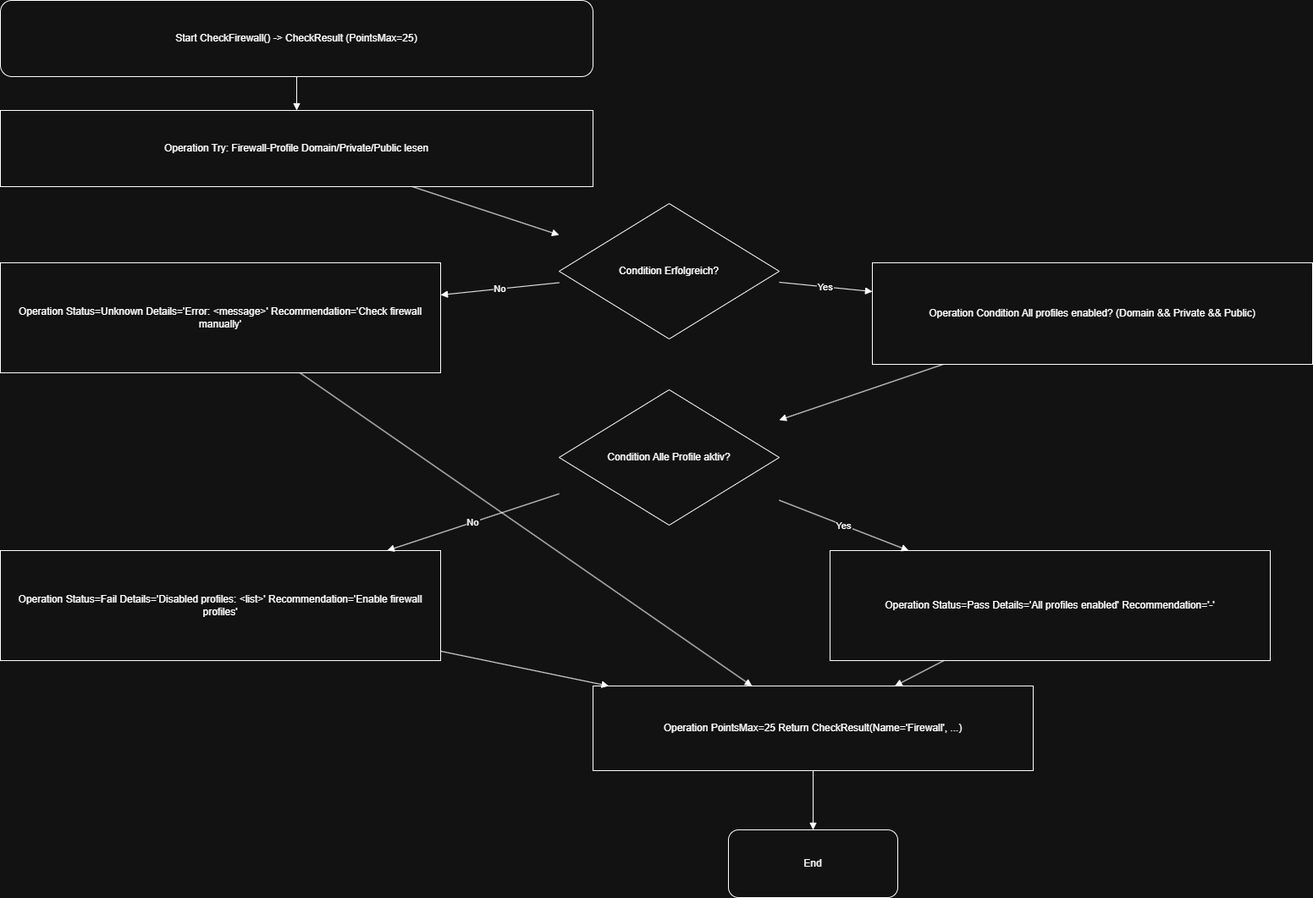
The draw.io diagram docs/flowchart/WinSecureCheck_FUNCTIONS-CheckFirewall().drawio.png in ZensykU2/ProjektM431_M122, before a commit. Source tidied: cells renumbered, new cells last; positions are measured from the earlier drawing's top-left corner, leaving out a move shared by most shapes.
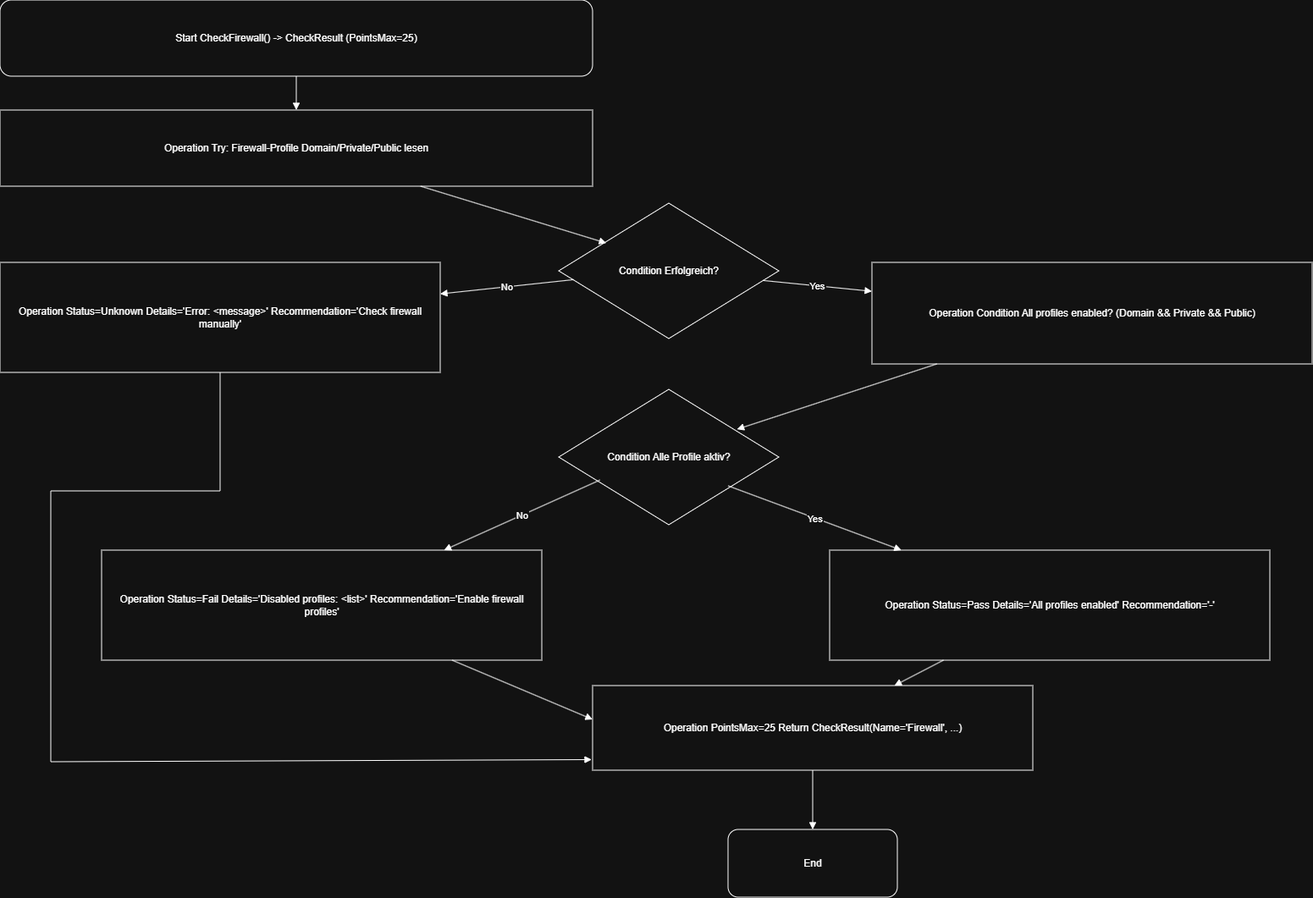
After the commit.

Change to the diagram source:
```diff
@@ -24,7 +24,7 @@
       <mxGeometry x="980" y="650" width="520" height="130" as="geometry" />
     </mxCell>
     <mxCell id="9" value="Operation Status=Fail Details='Disabled profiles: &lt;list&gt;' Recommendation='Enable firewall profiles'" style="shape=rectangle;whiteSpace=wrap;html=0;align=center;verticalAlign=middle;" parent="1" vertex="1">
-      <mxGeometry y="650" width="520" height="130" as="geometry" />
+      <mxGeometry x="120" y="650" width="520" height="130" as="geometry" />
     </mxCell>
     <mxCell id="10" value="Operation PointsMax=25 Return CheckResult(Name='Firewall', ...)" style="shape=rectangle;whiteSpace=wrap;html=0;align=center;verticalAlign=middle;" parent="1" vertex="1">
       <mxGeometry x="700" y="810" width="520" height="100" as="geometry" />
@@ -35,31 +35,37 @@
     <mxCell id="12" style="endArrow=block;html=0;rounded=0;" parent="1" edge="1" source="2" target="3">
       <mxGeometry relative="1" as="geometry" />
     </mxCell>
-    <mxCell id="13" style="endArrow=block;html=0;rounded=0;" parent="1" edge="1" source="3" target="4">
+    <mxCell id="13" style="endArrow=block;html=0;rounded=0;entryX=0.216;entryY=0.295;entryDx=0;entryDy=0;entryPerimeter=0;" parent="1" edge="1" source="3" target="4">
       <mxGeometry relative="1" as="geometry" />
     </mxCell>
-    <mxCell id="14" value="No" style="endArrow=block;html=0;rounded=0;" parent="1" edge="1" source="4" target="5">
+    <mxCell id="14" value="No" style="endArrow=block;html=0;rounded=0;exitX=0.068;exitY=0.565;exitDx=0;exitDy=0;exitPerimeter=0;" parent="1" edge="1" source="4" target="5">
       <mxGeometry relative="1" as="geometry" />
     </mxCell>
-    <mxCell id="15" value="Yes" style="endArrow=block;html=0;rounded=0;" parent="1" edge="1" source="4" target="6">
+    <mxCell id="15" value="Yes" style="endArrow=block;html=0;rounded=0;exitX=0.927;exitY=0.571;exitDx=0;exitDy=0;exitPerimeter=0;" parent="1" edge="1" source="4" target="6">
       <mxGeometry relative="1" as="geometry" />
     </mxCell>
-    <mxCell id="16" style="endArrow=block;html=0;rounded=0;" parent="1" edge="1" source="6" target="7">
+    <mxCell id="16" style="endArrow=block;html=0;rounded=0;entryX=0.81;entryY=0.295;entryDx=0;entryDy=0;entryPerimeter=0;" parent="1" edge="1" source="6" target="7">
       <mxGeometry relative="1" as="geometry" />
     </mxCell>
-    <mxCell id="17" value="Yes" style="endArrow=block;html=0;rounded=0;" parent="1" edge="1" source="7" target="8">
+    <mxCell id="17" value="Yes" style="endArrow=block;html=0;rounded=0;exitX=0.77;exitY=0.713;exitDx=0;exitDy=0;exitPerimeter=0;" parent="1" edge="1" source="7" target="8">
       <mxGeometry relative="1" as="geometry" />
     </mxCell>
-    <mxCell id="18" value="No" style="endArrow=block;html=0;rounded=0;" parent="1" edge="1" source="7" target="9">
+    <mxCell id="18" value="No" style="endArrow=block;html=0;rounded=0;exitX=0.187;exitY=0.67;exitDx=0;exitDy=0;exitPerimeter=0;" parent="1" edge="1" source="7" target="9">
       <mxGeometry relative="1" as="geometry" />
     </mxCell>
-    <mxCell id="19" style="endArrow=block;html=0;rounded=0;" parent="1" edge="1" source="5" target="10">
-      <mxGeometry relative="1" as="geometry" />
+    <mxCell id="19" style="endArrow=block;html=0;rounded=0;entryX=-0.002;entryY=0.875;entryDx=0;entryDy=0;entryPerimeter=0;" parent="1" edge="1" source="5" target="10">
+      <mxGeometry relative="1" as="geometry">
+        <Array as="points">
+          <mxPoint x="260" y="580" />
+          <mxPoint x="60" y="580" />
+          <mxPoint x="60" y="900" />
+        </Array>
+      </mxGeometry>
     </mxCell>
     <mxCell id="20" style="endArrow=block;html=0;rounded=0;" parent="1" edge="1" source="8" target="10">
       <mxGeometry relative="1" as="geometry" />
     </mxCell>
-    <mxCell id="21" style="endArrow=block;html=0;rounded=0;" parent="1" edge="1" source="9" target="10">
+    <mxCell id="21" style="endArrow=block;html=0;rounded=0;entryX=0;entryY=0.4;entryDx=0;entryDy=0;entryPerimeter=0;" parent="1" edge="1" source="9" target="10">
       <mxGeometry relative="1" as="geometry" />
     </mxCell>
     <mxCell id="22" style="endArrow=block;html=0;rounded=0;" parent="1" edge="1" source="10" target="11">
```
